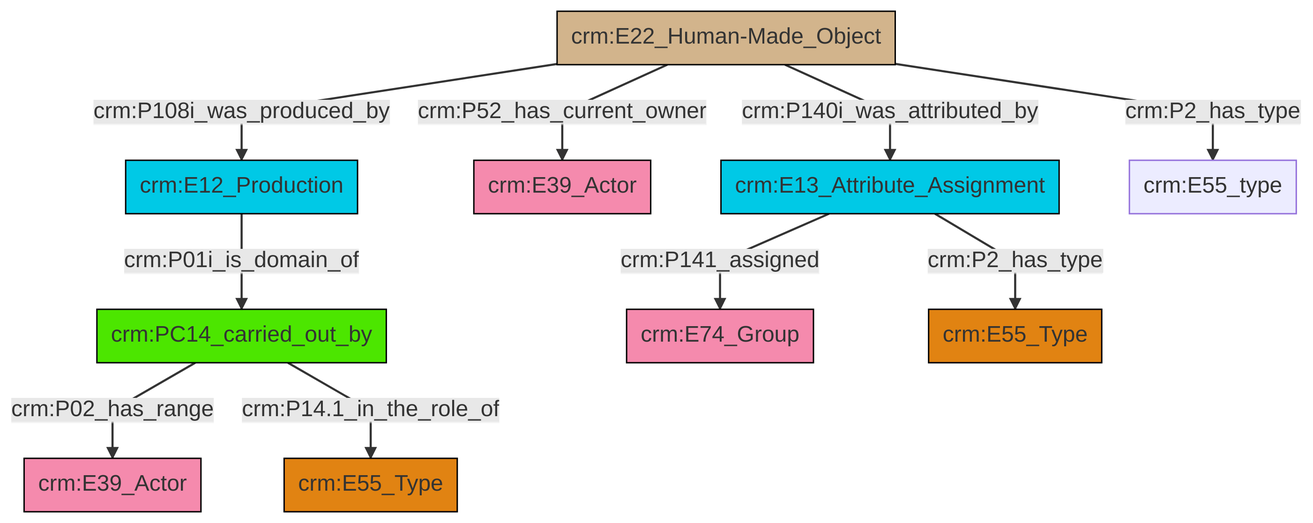
swiss-art-research-net/docs.swissartresearch keeps this Mermaid diagram as et/builtWorkCSV/ttl/mmd/png/Built_Work_actor_relations.png. Above is the earlier version. Its source is kept beside it as et/builtWorkCSV/ttl/mmd/Built_Work_actor_relations.ttl.mmd.
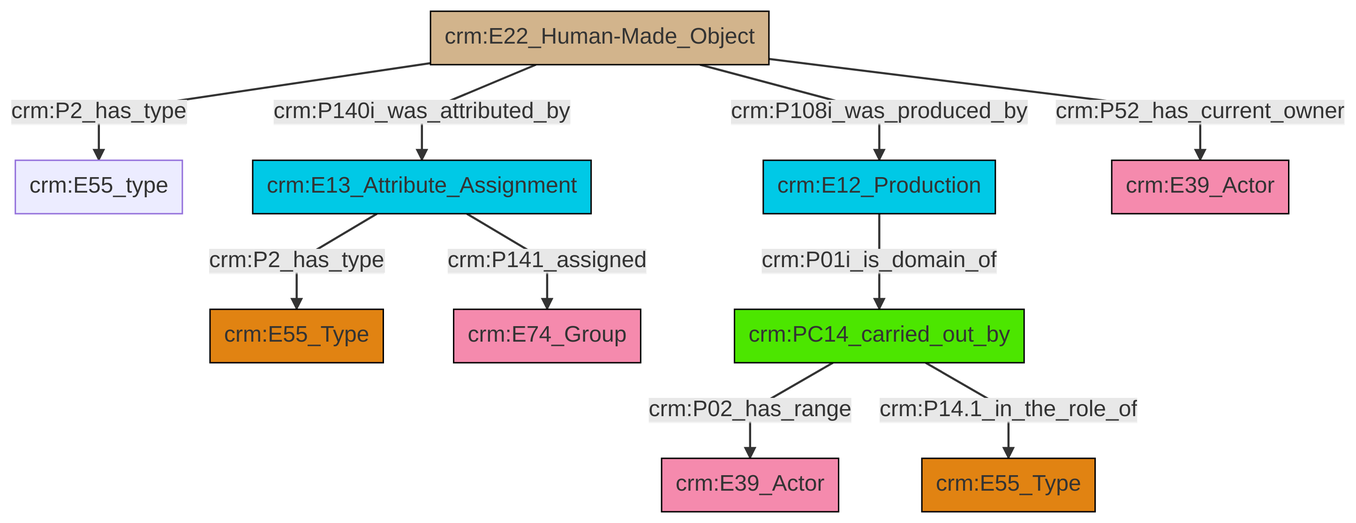
The same file after the commit.

Diff of the diagram source:
```diff
@@ -13,12 +13,12 @@
 classDef PC_Classes fill:#4ce600, stroke:#000000;
 classDef Multi fill:#cccccc,stroke:#000000;
 
-4["crm:PC14_carried_out_by"]:::PC_Classes -->|crm:P02_has_range| 5["crm:E39_Actor"]:::Actor
-6["crm:E22_Human-Made_Object"]:::Physical_Thing -->|crm:P52_has_current_owner| 7["crm:E39_Actor"]:::Actor
-4["crm:PC14_carried_out_by"]:::PC_Classes -->|crm:P14.1_in_the_role_of| 0["crm:E55_Type"]:::Type
-6["crm:E22_Human-Made_Object"]:::Physical_Thing -->|crm:P108i_was_produced_by| 2["crm:E12_Production"]:::Temporal_Entity
-11["crm:E13_Attribute_Assignment"]:::Temporal_Entity -->|crm:P141_assigned| 8["crm:E74_Group"]:::Actor
-2["crm:E12_Production"]:::Temporal_Entity -->|crm:P01i_is_domain_of| 4["crm:PC14_carried_out_by"]:::PC_Classes
-6["crm:E22_Human-Made_Object"]:::Physical_Thing -->|crm:P2_has_type| 18["crm:E55_type"]:::Default
-6["crm:E22_Human-Made_Object"]:::Physical_Thing -->|crm:P140i_was_attributed_by| 11["crm:E13_Attribute_Assignment"]:::Temporal_Entity
-11["crm:E13_Attribute_Assignment"]:::Temporal_Entity -->|crm:P2_has_type| 12["crm:E55_Type"]:::Type
+4["crm:E22_Human-Made_Object"]:::Physical_Thing -->|crm:P2_has_type| 5["crm:E55_type"]:::Default
+4["crm:E22_Human-Made_Object"]:::Physical_Thing -->|crm:P140i_was_attributed_by| 6["crm:E13_Attribute_Assignment"]:::Temporal_Entity
+6["crm:E13_Attribute_Assignment"]:::Temporal_Entity -->|crm:P2_has_type| 7["crm:E55_Type"]:::Type
+10["crm:PC14_carried_out_by"]:::PC_Classes -->|crm:P02_has_range| 0["crm:E39_Actor"]:::Actor
+6["crm:E13_Attribute_Assignment"]:::Temporal_Entity -->|crm:P141_assigned| 11["crm:E74_Group"]:::Actor
+10["crm:PC14_carried_out_by"]:::PC_Classes -->|crm:P14.1_in_the_role_of| 15["crm:E55_Type"]:::Type
+4["crm:E22_Human-Made_Object"]:::Physical_Thing -->|crm:P108i_was_produced_by| 2["crm:E12_Production"]:::Temporal_Entity
+4["crm:E22_Human-Made_Object"]:::Physical_Thing -->|crm:P52_has_current_owner| 18["crm:E39_Actor"]:::Actor
+2["crm:E12_Production"]:::Temporal_Entity -->|crm:P01i_is_domain_of| 10["crm:PC14_carried_out_by"]:::PC_Classes
```
